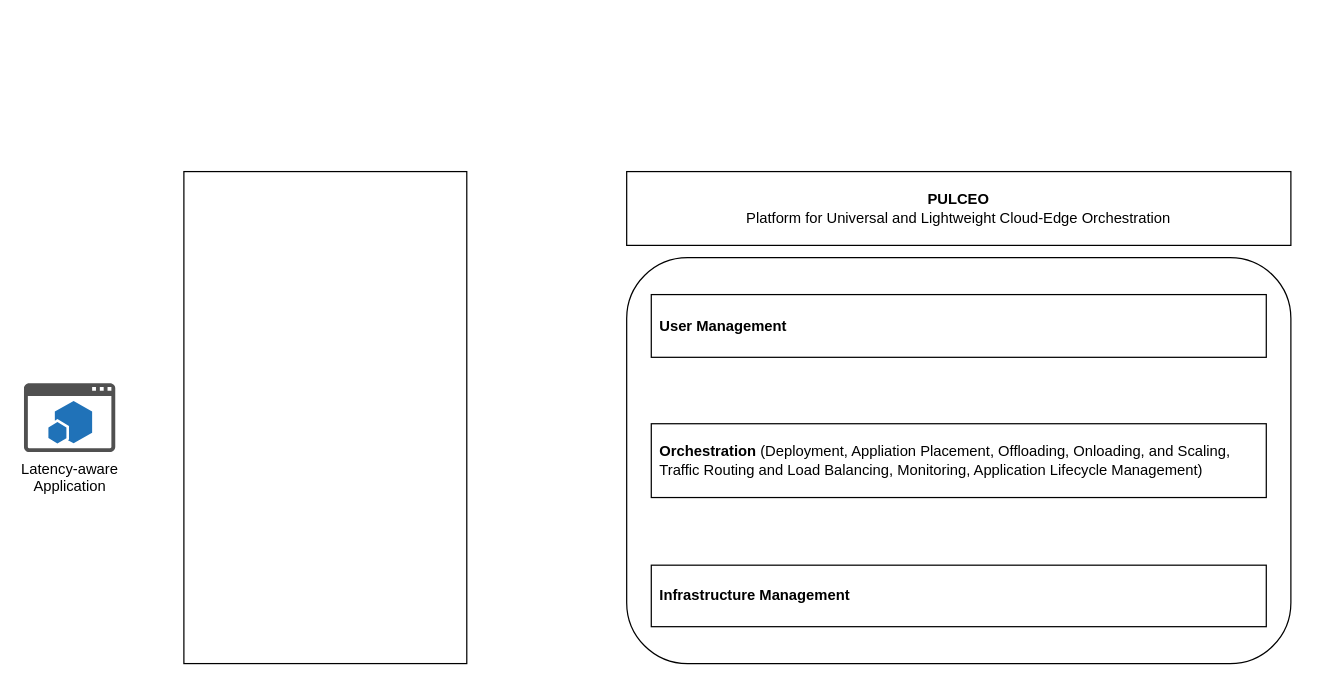
This is src/assets/pulceo-high-level-overview.drawio from spboehm/pulceo-docs, a draw.io file, before an edit. Source tidied: cells renumbered, new cells numbered last; positions are measured from the earlier drawing's top-left corner, leaving out a move shared by most shapes. Both pictures are drawn from the tidied source at 123%, with x=0, y=0 at pixel (23, 171).
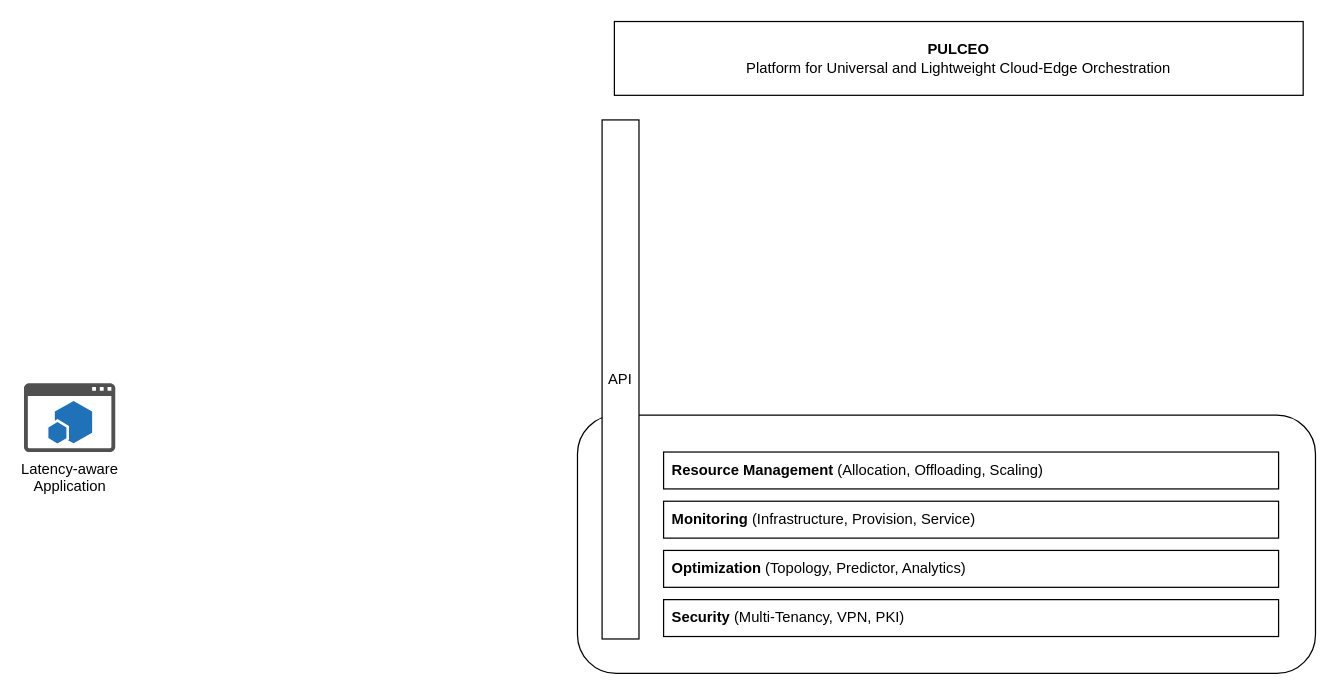
The same page after the edit.

Commit message (it also covers changes not shown here):
update pulceo-high-level-overview

Diff of the diagram source:
```diff
@@
 <mxGraphModel>
   <root>
     <mxCell id="0" />
     <mxCell id="1" parent="0" />
     <mxCell id="2" style="rounded=1;whiteSpace=wrap;html=1;" parent="1" vertex="1">
-      <mxGeometry x="490" y="70" width="540" height="330" as="geometry" />
+      <mxGeometry x="450" y="198" width="600" height="210" as="geometry" />
     </mxCell>
     <mxCell id="3" value="&lt;b&gt;PULCEO&lt;/b&gt;&lt;br&gt;Platform for Universal and Lightweight Cloud-Edge Orchestration" style="rounded=0;whiteSpace=wrap;html=1;" parent="1" vertex="1">
-      <mxGeometry x="490" width="540" height="60" as="geometry" />
+      <mxGeometry x="480" y="-122" width="560" height="60" as="geometry" />
     </mxCell>
-    <mxCell id="4" value="&lt;b&gt;Infrastructure Management&lt;/b&gt;" style="rounded=0;whiteSpace=wrap;html=1;align=left;spacingLeft=5;" parent="1" vertex="1">
-      <mxGeometry x="510" y="320" width="500" height="50" as="geometry" />
+    <mxCell id="4" value="&lt;b&gt;Monitoring &lt;/b&gt;(Infrastructure, Provision, Service)" style="rounded=0;whiteSpace=wrap;html=1;align=left;spacingLeft=5;" parent="1" vertex="1">
+      <mxGeometry x="520" y="268" width="500" height="30" as="geometry" />
     </mxCell>
-    <mxCell id="5" value="&lt;b&gt;Orchestration&lt;/b&gt; (Deployment, Appliation Placement, Offloading, Onloading, and Scaling, Traffic Routing and Load Balancing, Monitoring, Application Lifecycle Management)" style="rounded=0;whiteSpace=wrap;html=1;align=left;spacingLeft=5;" parent="1" vertex="1">
-      <mxGeometry x="510" y="205" width="500" height="60" as="geometry" />
+    <mxCell id="5" value="&lt;b&gt;Resource Management&lt;/b&gt;&amp;nbsp;(Allocation, Offloading, Scaling)" style="rounded=0;whiteSpace=wrap;html=1;align=left;spacingLeft=5;" parent="1" vertex="1">
+      <mxGeometry x="520" y="228" width="500" height="30" as="geometry" />
     </mxCell>
-    <mxCell id="6" value="&lt;b&gt;User Management&lt;/b&gt;" style="rounded=0;whiteSpace=wrap;html=1;align=left;spacingLeft=5;" parent="1" vertex="1">
-      <mxGeometry x="510" y="100" width="500" height="51" as="geometry" />
-    </mxCell>
     <mxCell id="7" value="Latency-aware&lt;br&gt;Application" style="sketch=0;shadow=0;dashed=0;html=1;strokeColor=none;fillColor=#505050;labelPosition=center;verticalLabelPosition=bottom;verticalAlign=top;align=center;shape=mxgraph.office.concepts.app_for_sharepoint;" parent="1" vertex="1">
       <mxGeometry y="172" width="74.2" height="56" as="geometry" />
     </mxCell>
-    <mxCell id="8" style="rounded=0;whiteSpace=wrap;html=1;" parent="1" vertex="1">
-      <mxGeometry x="130" width="230" height="400" as="geometry" />
+    <mxCell id="8" value="API" style="rounded=0;whiteSpace=wrap;html=1;" parent="1" vertex="1">
+      <mxGeometry x="470" y="-42" width="30" height="422" as="geometry" />
     </mxCell>
+    <mxCell id="9" value="&lt;b&gt;Optimization &lt;/b&gt;(Topology, Predictor, Analytics)" style="rounded=0;whiteSpace=wrap;html=1;align=left;spacingLeft=5;" parent="1" vertex="1">
+      <mxGeometry x="520" y="308" width="500" height="30" as="geometry" />
+    </mxCell>
+    <mxCell id="10" value="&lt;b&gt;Security &lt;/b&gt;(Multi-Tenancy, VPN, PKI)" style="rounded=0;whiteSpace=wrap;html=1;align=left;spacingLeft=5;" parent="1" vertex="1">
+      <mxGeometry x="520" y="348" width="500" height="30" as="geometry" />
+    </mxCell>
   </root>
 </mxGraphModel>
```
